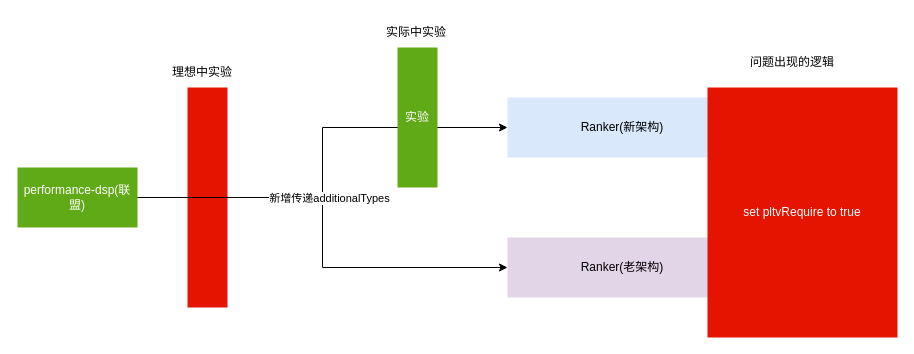
This is page "OCPX" (2 of 2) of presentation.drawio from karlchan-cn/drawio-repository, a draw.io file, before an edit. Source tidied: cells renumbered, new cells numbered last; positions are measured from the earlier drawing's top-left corner, leaving out a move shared by most shapes. Both pictures are drawn from the tidied source at 100%, with x=0, y=0 at pixel (17, 17).
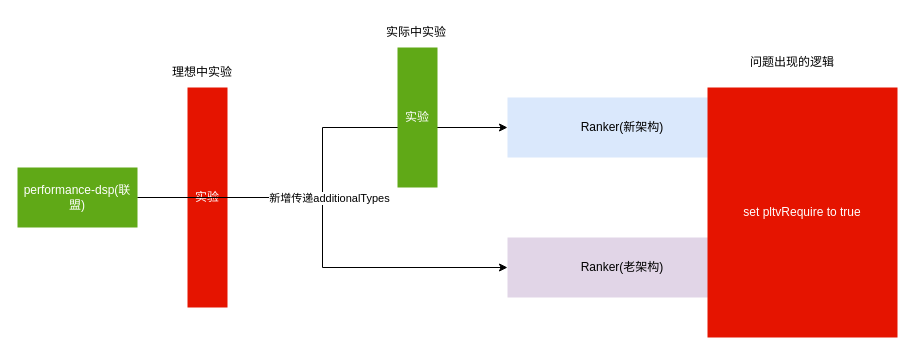
The same page after the edit.

Change to the diagram source:
```diff
@@
 <mxGraphModel>
   <root>
     <mxCell id="0" />
     <mxCell id="1" parent="0" />
-    <mxCell id="2" style="rounded=0;whiteSpace=wrap;html=1;dashed=1;strokeColor=none;fillColor=#e51400;fontColor=#ffffff;" parent="1" vertex="1">
+    <mxCell id="2" value="实验" style="rounded=0;whiteSpace=wrap;html=1;dashed=1;strokeColor=none;fillColor=#e51400;fontColor=#ffffff;" parent="1" vertex="1">
       <mxGeometry x="170" y="70" width="40" height="220" as="geometry" />
     </mxCell>
     <mxCell id="3" style="edgeStyle=orthogonalEdgeStyle;rounded=0;jettySize=auto;html=1;entryX=0;entryY=0.5;entryDx=0;entryDy=0;" parent="1" edge="1" source="6" target="7">
       <mxGeometry relative="1" as="geometry" />
     </mxCell>
     <mxCell id="4" style="edgeStyle=orthogonalEdgeStyle;rounded=0;jettySize=auto;html=1;entryX=0;entryY=0.5;entryDx=0;entryDy=0;" parent="1" edge="1" source="6" target="8">
       <mxGeometry relative="1" as="geometry" />
     </mxCell>
     <mxCell id="5" value="新增传递additionalTypes" style="edgeLabel;html=1;align=center;verticalAlign=middle;" parent="4" vertex="1">
       <mxGeometry x="-0.36" y="1" relative="1" as="geometry">
         <mxPoint x="50" y="1" as="offset" />
       </mxGeometry>
     </mxCell>
     <mxCell id="6" value="performance-dsp(联盟)" style="rounded=0;whiteSpace=wrap;html=1;fillColor=#60a917;fontColor=#ffffff;strokeColor=none;" parent="1" vertex="1">
       <mxGeometry y="150" width="120" height="60" as="geometry" />
     </mxCell>
     <mxCell id="7" value="Ranker(新架构)" style="rounded=0;whiteSpace=wrap;html=1;fillColor=#dae8fc;strokeColor=none;" parent="1" vertex="1">
       <mxGeometry x="490" y="80" width="230" height="60" as="geometry" />
     </mxCell>
     <mxCell id="8" value="Ranker(老架构)" style="rounded=0;whiteSpace=wrap;html=1;fillColor=#e1d5e7;strokeColor=none;" parent="1" vertex="1">
       <mxGeometry x="490" y="220" width="230" height="60" as="geometry" />
     </mxCell>
     <mxCell id="9" value="理想中实验" style="text;html=1;align=center;verticalAlign=middle;whiteSpace=wrap;rounded=0;" parent="1" vertex="1">
       <mxGeometry x="150" y="40" width="70" height="30" as="geometry" />
     </mxCell>
     <mxCell id="10" value="实验" style="rounded=0;whiteSpace=wrap;html=1;dashed=1;strokeColor=none;fillColor=#60a917;fontColor=#ffffff;" parent="1" vertex="1">
       <mxGeometry x="380" y="30" width="40" height="140" as="geometry" />
     </mxCell>
     <mxCell id="11" value="实际中实验" style="text;html=1;align=center;verticalAlign=middle;whiteSpace=wrap;rounded=0;" parent="1" vertex="1">
       <mxGeometry x="364" width="70" height="30" as="geometry" />
     </mxCell>
     <mxCell id="12" value="set pltvRequire to true" style="rounded=0;whiteSpace=wrap;html=1;fillColor=#e51400;fontColor=#ffffff;strokeColor=none;" parent="1" vertex="1">
       <mxGeometry x="690" y="70" width="190" height="250" as="geometry" />
     </mxCell>
     <mxCell id="13" value="问题出现的逻辑" style="text;html=1;align=center;verticalAlign=middle;whiteSpace=wrap;rounded=0;" parent="1" vertex="1">
       <mxGeometry x="700" y="30" width="150" height="30" as="geometry" />
     </mxCell>
   </root>
 </mxGraphModel>
```
